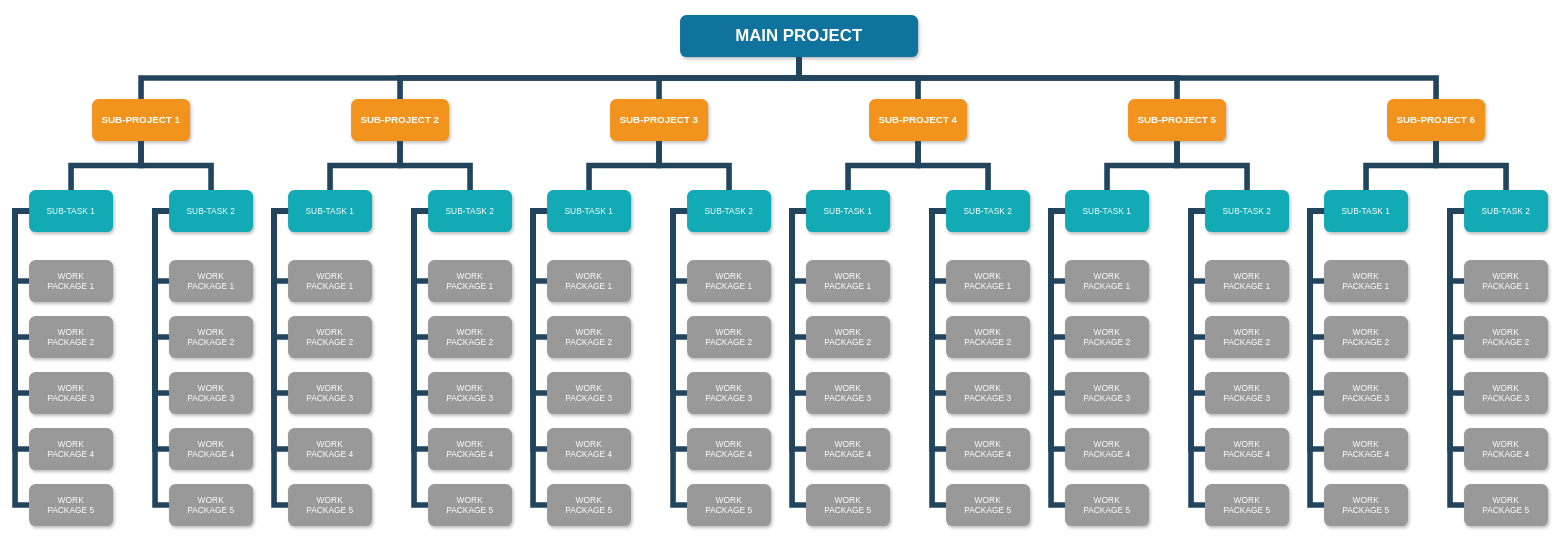
The draw.io diagram HierarchyChart.drawio in connorsdylan18/DrawioDiagrams, before the edit. Source tidied: cells renumbered, new cells numbered last; positions are measured from the earlier drawing's top-left corner, leaving out a move shared by most shapes. Both pictures are drawn from the tidied source at 70%, with x=0, y=0 at pixel (15, 15).
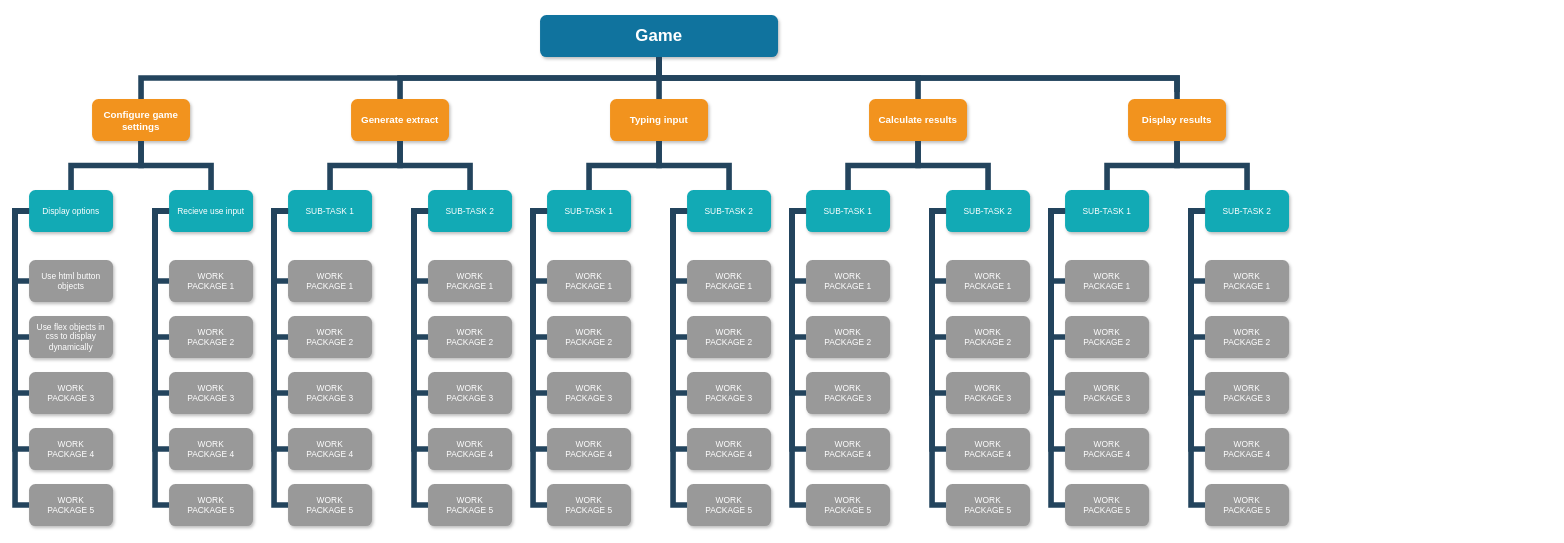
The same page after the edit.

Commit message:
Name main modules

Diff of the diagram source:
```diff
@@
-    <mxCell id="2" value="MAIN PROJECT" style="whiteSpace=wrap;rounded=1;shadow=1;fillColor=#10739E;strokeColor=none;fontColor=#FFFFFF;fontStyle=1;fontSize=24;" parent="1" vertex="1">
-      <mxGeometry x="950" width="340" height="60" as="geometry" />
+    <mxCell id="2" value="Game" style="whiteSpace=wrap;rounded=1;shadow=1;fillColor=#10739E;strokeColor=none;fontColor=#FFFFFF;fontStyle=1;fontSize=24;" parent="1" vertex="1">
+      <mxGeometry x="750" width="340" height="60" as="geometry" />
     </mxCell>
-    <mxCell id="3" value="SUB-PROJECT 1" style="whiteSpace=wrap;rounded=1;fillColor=#F2931E;strokeColor=none;shadow=1;fontColor=#FFFFFF;fontStyle=1;fontSize=14;" parent="1" vertex="1">
+    <mxCell id="3" value="Configure game settings" style="whiteSpace=wrap;rounded=1;fillColor=#F2931E;strokeColor=none;shadow=1;fontColor=#FFFFFF;fontStyle=1;fontSize=14;" parent="1" vertex="1">
       <mxGeometry x="110" y="120" width="140" height="60" as="geometry" />
     </mxCell>
-    <mxCell id="4" value="SUB-PROJECT 2" style="whiteSpace=wrap;rounded=1;fillColor=#F2931E;strokeColor=none;shadow=1;fontColor=#FFFFFF;fontStyle=1;fontSize=14;" parent="1" vertex="1">
+    <mxCell id="4" value="Generate extract" style="whiteSpace=wrap;rounded=1;fillColor=#F2931E;strokeColor=none;shadow=1;fontColor=#FFFFFF;fontStyle=1;fontSize=14;" parent="1" vertex="1">
       <mxGeometry x="480" y="120" width="140" height="60" as="geometry" />
     </mxCell>
-    <mxCell id="5" value="SUB-PROJECT 6" style="whiteSpace=wrap;rounded=1;fillColor=#F2931E;strokeColor=none;shadow=1;fontColor=#FFFFFF;fontStyle=1;fontSize=14;" parent="1" vertex="1">
-      <mxGeometry x="1960" y="120" width="140" height="60" as="geometry" />
-    </mxCell>
-    <mxCell id="6" value="SUB-PROJECT 3" style="whiteSpace=wrap;rounded=1;fillColor=#F2931E;strokeColor=none;shadow=1;fontColor=#FFFFFF;fontStyle=1;fontSize=14;" parent="1" vertex="1">
+    <mxCell id="6" value="Typing input" style="whiteSpace=wrap;rounded=1;fillColor=#F2931E;strokeColor=none;shadow=1;fontColor=#FFFFFF;fontStyle=1;fontSize=14;" parent="1" vertex="1">
       <mxGeometry x="850" y="120" width="140" height="60" as="geometry" />
     </mxCell>
-    <mxCell id="7" value="SUB-PROJECT 4" style="whiteSpace=wrap;rounded=1;fillColor=#F2931E;strokeColor=none;shadow=1;fontColor=#FFFFFF;fontStyle=1;fontSize=14;" parent="1" vertex="1">
+    <mxCell id="7" value="Calculate results" style="whiteSpace=wrap;rounded=1;fillColor=#F2931E;strokeColor=none;shadow=1;fontColor=#FFFFFF;fontStyle=1;fontSize=14;" parent="1" vertex="1">
       <mxGeometry x="1220" y="120" width="140" height="60" as="geometry" />
     </mxCell>
-    <mxCell id="8" value="SUB-PROJECT 5" style="whiteSpace=wrap;rounded=1;fillColor=#F2931E;strokeColor=none;shadow=1;fontColor=#FFFFFF;fontStyle=1;fontSize=14;" parent="1" vertex="1">
+    <mxCell id="8" value="Display results" style="whiteSpace=wrap;rounded=1;fillColor=#F2931E;strokeColor=none;shadow=1;fontColor=#FFFFFF;fontStyle=1;fontSize=14;" parent="1" vertex="1">
       <mxGeometry x="1590" y="120" width="140" height="60" as="geometry" />
     </mxCell>
-    <mxCell id="9" value="SUB-TASK 1" style="whiteSpace=wrap;rounded=1;fillColor=#12AAB5;strokeColor=none;shadow=1;fontColor=#FFFFFF;" parent="1" vertex="1">
+    <mxCell id="9" value="Display options" style="whiteSpace=wrap;rounded=1;fillColor=#12AAB5;strokeColor=none;shadow=1;fontColor=#FFFFFF;" parent="1" vertex="1">
       <mxGeometry x="20" y="250" width="120" height="60" as="geometry" />
     </mxCell>
-    <mxCell id="10" value="SUB-TASK 2" style="whiteSpace=wrap;rounded=1;fillColor=#12AAB5;strokeColor=none;shadow=1;fontColor=#FFFFFF;" parent="1" vertex="1">
+    <mxCell id="10" value="Recieve use input" style="whiteSpace=wrap;rounded=1;fillColor=#12AAB5;strokeColor=none;shadow=1;fontColor=#FFFFFF;" parent="1" vertex="1">
       <mxGeometry x="220" y="250" width="120" height="60" as="geometry" />
     </mxCell>
-    <mxCell id="11" value="WORK&#10;PACKAGE 1" style="whiteSpace=wrap;rounded=1;fillColor=#999999;strokeColor=none;shadow=1;fontColor=#FFFFFF;fontStyle=0;" parent="1" vertex="1">
+    <mxCell id="11" value="Use html button objects" style="whiteSpace=wrap;rounded=1;fillColor=#999999;strokeColor=none;shadow=1;fontColor=#FFFFFF;fontStyle=0;" parent="1" vertex="1">
       <mxGeometry x="20" y="350" width="120" height="60" as="geometry" />
     </mxCell>
-    <mxCell id="12" value="WORK&#10;PACKAGE 2" style="whiteSpace=wrap;rounded=1;fillColor=#999999;strokeColor=none;shadow=1;fontColor=#FFFFFF;fontStyle=0;" parent="1" vertex="1">
+    <mxCell id="12" value="Use flex objects in css to display dynamically" style="whiteSpace=wrap;rounded=1;fillColor=#999999;strokeColor=none;shadow=1;fontColor=#FFFFFF;fontStyle=0;" parent="1" vertex="1">
       <mxGeometry x="20" y="430" width="120" height="60" as="geometry" />
     </mxCell>
@@
-    <mxCell id="123" value="SUB-TASK 1" style="whiteSpace=wrap;rounded=1;fillColor=#12AAB5;strokeColor=none;shadow=1;fontColor=#FFFFFF;" parent="1" vertex="1">
-      <mxGeometry x="1870" y="250" width="120" height="60" as="geometry" />
-    </mxCell>
-    <mxCell id="124" value="SUB-TASK 2" style="whiteSpace=wrap;rounded=1;fillColor=#12AAB5;strokeColor=none;shadow=1;fontColor=#FFFFFF;" parent="1" vertex="1">
-      <mxGeometry x="2070" y="250" width="120" height="60" as="geometry" />
-    </mxCell>
-    <mxCell id="125" value="WORK&#10;PACKAGE 1" style="whiteSpace=wrap;rounded=1;fillColor=#999999;strokeColor=none;shadow=1;fontColor=#FFFFFF;fontStyle=0;" parent="1" vertex="1">
-      <mxGeometry x="1870" y="350" width="120" height="60" as="geometry" />
-    </mxCell>
-    <mxCell id="126" value="WORK&#10;PACKAGE 2" style="whiteSpace=wrap;rounded=1;fillColor=#999999;strokeColor=none;shadow=1;fontColor=#FFFFFF;fontStyle=0;" parent="1" vertex="1">
-      <mxGeometry x="1870" y="430" width="120" height="60" as="geometry" />
-    </mxCell>
-    <mxCell id="127" value="WORK&#10;PACKAGE 3" style="whiteSpace=wrap;rounded=1;fillColor=#999999;strokeColor=none;shadow=1;fontColor=#FFFFFF;fontStyle=0;" parent="1" vertex="1">
-      <mxGeometry x="1870" y="510" width="120" height="60" as="geometry" />
-    </mxCell>
-    <mxCell id="128" value="WORK&#10;PACKAGE 4" style="whiteSpace=wrap;rounded=1;fillColor=#999999;strokeColor=none;shadow=1;fontColor=#FFFFFF;fontStyle=0;" parent="1" vertex="1">
-      <mxGeometry x="1870" y="590" width="120" height="60" as="geometry" />
-    </mxCell>
-    <mxCell id="129" value="WORK&#10;PACKAGE 5" style="whiteSpace=wrap;rounded=1;fillColor=#999999;strokeColor=none;shadow=1;fontColor=#FFFFFF;fontStyle=0;" parent="1" vertex="1">
-      <mxGeometry x="1870" y="670" width="120" height="60" as="geometry" />
-    </mxCell>
-    <mxCell id="130" value="WORK&#10;PACKAGE 1" style="whiteSpace=wrap;rounded=1;fillColor=#999999;strokeColor=none;shadow=1;fontColor=#FFFFFF;fontStyle=0;" parent="1" vertex="1">
-      <mxGeometry x="2070" y="350" width="120" height="60" as="geometry" />
-    </mxCell>
-    <mxCell id="131" value="WORK&#10;PACKAGE 2" style="whiteSpace=wrap;rounded=1;fillColor=#999999;strokeColor=none;shadow=1;fontColor=#FFFFFF;fontStyle=0;" parent="1" vertex="1">
-      <mxGeometry x="2070" y="430" width="120" height="60" as="geometry" />
-    </mxCell>
-    <mxCell id="132" value="WORK&#10;PACKAGE 3" style="whiteSpace=wrap;rounded=1;fillColor=#999999;strokeColor=none;shadow=1;fontColor=#FFFFFF;fontStyle=0;" parent="1" vertex="1">
-      <mxGeometry x="2070" y="510" width="120" height="60" as="geometry" />
-    </mxCell>
-    <mxCell id="133" value="WORK&#10;PACKAGE 4" style="whiteSpace=wrap;rounded=1;fillColor=#999999;strokeColor=none;shadow=1;fontColor=#FFFFFF;fontStyle=0;" parent="1" vertex="1">
-      <mxGeometry x="2070" y="590" width="120" height="60" as="geometry" />
-    </mxCell>
-    <mxCell id="134" value="WORK&#10;PACKAGE 5" style="whiteSpace=wrap;rounded=1;fillColor=#999999;strokeColor=none;shadow=1;fontColor=#FFFFFF;fontStyle=0;" parent="1" vertex="1">
-      <mxGeometry x="2070" y="670" width="120" height="60" as="geometry" />
-    </mxCell>
-    <mxCell id="135" style="edgeStyle=elbowEdgeStyle;elbow=horizontal;rounded=0;fontColor=#000000;endArrow=none;endFill=0;strokeWidth=8;strokeColor=#23445D;" parent="1" edge="1" source="123" target="125">
-      <mxGeometry relative="1" as="geometry">
-        <Array as="points">
-          <mxPoint x="1850" y="330" />
-        </Array>
-      </mxGeometry>
-    </mxCell>
-    <mxCell id="136" style="edgeStyle=elbowEdgeStyle;elbow=horizontal;rounded=0;fontColor=#000000;endArrow=none;endFill=0;strokeWidth=8;strokeColor=#23445D;" parent="1" edge="1" source="123" target="126">
-      <mxGeometry relative="1" as="geometry">
-        <Array as="points">
-          <mxPoint x="1850" y="370" />
-        </Array>
-      </mxGeometry>
-    </mxCell>
-    <mxCell id="137" style="edgeStyle=elbowEdgeStyle;elbow=horizontal;rounded=0;fontColor=#000000;endArrow=none;endFill=0;strokeWidth=8;strokeColor=#23445D;" parent="1" edge="1" source="123" target="129">
-      <mxGeometry relative="1" as="geometry">
-        <Array as="points">
-          <mxPoint x="1850" y="500" />
-        </Array>
-      </mxGeometry>
-    </mxCell>
-    <mxCell id="138" style="edgeStyle=elbowEdgeStyle;elbow=horizontal;rounded=0;fontColor=#000000;endArrow=none;endFill=0;strokeWidth=8;strokeColor=#23445D;" parent="1" edge="1" source="123" target="128">
-      <mxGeometry relative="1" as="geometry">
-        <Array as="points">
-          <mxPoint x="1850" y="450" />
-        </Array>
-      </mxGeometry>
-    </mxCell>
-    <mxCell id="139" style="edgeStyle=elbowEdgeStyle;elbow=horizontal;rounded=0;fontColor=#000000;endArrow=none;endFill=0;strokeWidth=8;strokeColor=#23445D;" parent="1" edge="1" source="123" target="127">
-      <mxGeometry relative="1" as="geometry">
-        <Array as="points">
-          <mxPoint x="1850" y="420" />
-        </Array>
-      </mxGeometry>
-    </mxCell>
-    <mxCell id="140" style="edgeStyle=elbowEdgeStyle;elbow=horizontal;rounded=0;fontColor=#000000;endArrow=none;endFill=0;strokeWidth=8;strokeColor=#23445D;" parent="1" edge="1" source="124" target="130">
-      <mxGeometry relative="1" as="geometry">
-        <Array as="points">
-          <mxPoint x="2050" y="330" />
-        </Array>
-      </mxGeometry>
-    </mxCell>
-    <mxCell id="141" style="edgeStyle=elbowEdgeStyle;elbow=horizontal;rounded=0;fontColor=#000000;endArrow=none;endFill=0;strokeWidth=8;strokeColor=#23445D;" parent="1" edge="1" source="124" target="131">
-      <mxGeometry relative="1" as="geometry">
-        <Array as="points">
-          <mxPoint x="2050" y="370" />
-        </Array>
-      </mxGeometry>
-    </mxCell>
-    <mxCell id="142" style="edgeStyle=elbowEdgeStyle;elbow=horizontal;rounded=0;fontColor=#000000;endArrow=none;endFill=0;strokeWidth=8;strokeColor=#23445D;" parent="1" edge="1" source="124" target="134">
-      <mxGeometry relative="1" as="geometry">
-        <Array as="points">
-          <mxPoint x="2050" y="490" />
-        </Array>
-      </mxGeometry>
-    </mxCell>
-    <mxCell id="143" style="edgeStyle=elbowEdgeStyle;elbow=horizontal;rounded=0;fontColor=#000000;endArrow=none;endFill=0;strokeWidth=8;strokeColor=#23445D;" parent="1" edge="1" source="124" target="133">
-      <mxGeometry relative="1" as="geometry">
-        <Array as="points">
-          <mxPoint x="2050" y="450" />
-        </Array>
-      </mxGeometry>
-    </mxCell>
-    <mxCell id="144" style="edgeStyle=elbowEdgeStyle;elbow=horizontal;rounded=0;fontColor=#000000;endArrow=none;endFill=0;strokeWidth=8;strokeColor=#23445D;" parent="1" edge="1" source="124" target="132">
-      <mxGeometry relative="1" as="geometry">
-        <Array as="points">
-          <mxPoint x="2050" y="420" />
-        </Array>
-      </mxGeometry>
-    </mxCell>
@@
-    <mxCell id="151" style="edgeStyle=elbowEdgeStyle;elbow=vertical;rounded=0;fontColor=#000000;endArrow=none;endFill=0;strokeWidth=8;strokeColor=#23445D;" parent="1" edge="1" source="5" target="123">
-      <mxGeometry relative="1" as="geometry" />
-    </mxCell>
-    <mxCell id="152" style="edgeStyle=elbowEdgeStyle;elbow=vertical;rounded=0;fontColor=#000000;endArrow=none;endFill=0;strokeWidth=8;strokeColor=#23445D;" parent="1" edge="1" source="5" target="124">
-      <mxGeometry relative="1" as="geometry" />
-    </mxCell>
@@
-    <mxCell id="158" style="edgeStyle=elbowEdgeStyle;elbow=vertical;rounded=0;fontColor=#000000;endArrow=none;endFill=0;strokeWidth=8;strokeColor=#23445D;" parent="1" edge="1" source="2" target="5">
-      <mxGeometry relative="1" as="geometry" />
+    <mxCell id="158" style="edgeStyle=elbowEdgeStyle;elbow=vertical;rounded=0;fontColor=#000000;endArrow=none;endFill=0;strokeWidth=8;strokeColor=#23445D;" parent="1" edge="1" source="2">
+      <mxGeometry relative="1" as="geometry">
+        <mxPoint x="1660" y="110" as="targetPoint" />
+        <Array as="points">
+          <mxPoint x="1660" y="90" />
+        </Array>
+      </mxGeometry>
     </mxCell>
```
